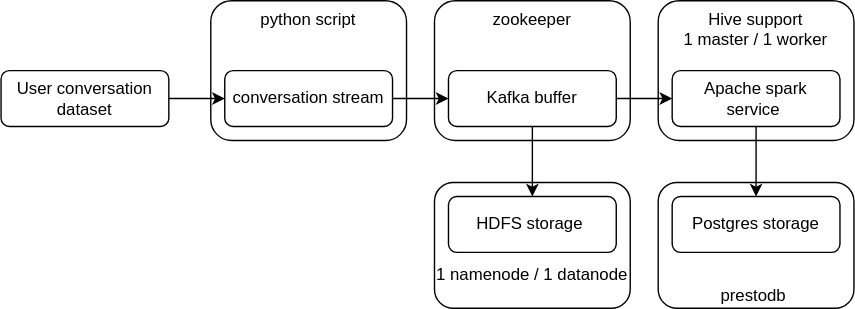
This is assets/flowchart.drawio.svg from AntoninJoly/conversation_analysis_data_stream, a draw.io export, as it was before one commit. Source tidied: cells renumbered, new cells last; positions are measured from the earlier drawing's top-left corner, leaving out a move shared by most shapes.
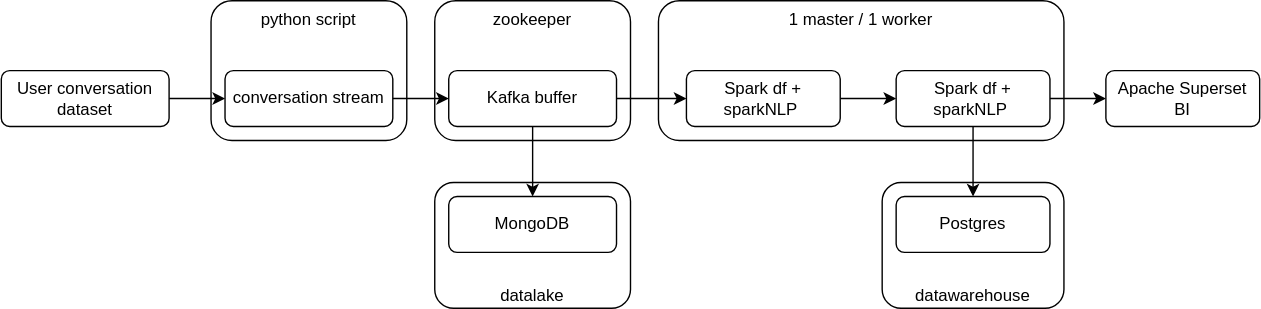
After the commit.

What changed in the source:
```diff
@@ -2,6 +2,15 @@
   <root>
     <mxCell id="0" />
     <mxCell id="1" parent="0" />
+    <mxCell id="16" value="datawarehouse" style="rounded=1;whiteSpace=wrap;html=1;fillColor=none;verticalAlign=bottom;" parent="1" vertex="1">
+      <mxGeometry x="630" y="130" width="130" height="90" as="geometry" />
+    </mxCell>
+    <mxCell id="14" value="1 master / 1 worker" style="rounded=1;whiteSpace=wrap;html=1;fillColor=none;verticalAlign=top;" parent="1" vertex="1">
+      <mxGeometry x="470" width="290" height="100" as="geometry" />
+    </mxCell>
+    <mxCell id="15" value="datalake" style="rounded=1;whiteSpace=wrap;html=1;fillColor=none;verticalAlign=bottom;" parent="1" vertex="1">
+      <mxGeometry x="310" y="130" width="140" height="90" as="geometry" />
+    </mxCell>
     <mxCell id="2" style="edgeStyle=none;html=1;exitX=1;exitY=0.5;exitDx=0;exitDy=0;entryX=0;entryY=0.5;entryDx=0;entryDy=0;" parent="1" edge="1" source="3" target="4">
       <mxGeometry relative="1" as="geometry" />
     </mxCell>
@@ -14,14 +23,17 @@
     <mxCell id="5" value="Kafka buffer" style="rounded=1;whiteSpace=wrap;html=1;fontSize=12;glass=0;strokeWidth=1;shadow=0;" parent="1" vertex="1">
       <mxGeometry x="320" y="50" width="120" height="40" as="geometry" />
     </mxCell>
+    <mxCell id="18" style="edgeStyle=none;html=1;exitX=1;exitY=0.5;exitDx=0;exitDy=0;entryX=0;entryY=0.5;entryDx=0;entryDy=0;" parent="1" edge="1" source="6" target="20">
+      <mxGeometry relative="1" as="geometry" />
+    </mxCell>
-    <mxCell id="6" value="Apache spark&lt;br&gt;service&lt;span style=&quot;color: rgba(0 , 0 , 0 , 0) ; font-family: monospace ; font-size: 0px&quot;&gt;%3CmxGraphModel%3E%3Croot%3E%3CmxCell%20id%3D%220%22%2F%3E%3CmxCell%20id%3D%221%22%20parent%3D%220%22%2F%3E%3CmxCell%20id%3D%222%22%20value%3D%22Kafka%20buffer%22%20style%3D%22rounded%3D1%3BwhiteSpace%3Dwrap%3Bhtml%3D1%3BfontSize%3D12%3Bglass%3D0%3BstrokeWidth%3D1%3Bshadow%3D0%3B%22%20vertex%3D%221%22%20parent%3D%221%22%3E%3CmxGeometry%20x%3D%2280%22%20y%3D%22210%22%20width%3D%22120%22%20height%3D%2240%22%20as%3D%22geometry%22%2F%3E%3C%2FmxCell%3E%3C%2Froot%3E%3C%2FmxGraphModel%3E&lt;/span&gt;" style="rounded=1;whiteSpace=wrap;html=1;fontSize=12;glass=0;strokeWidth=1;shadow=0;" parent="1" vertex="1">
-      <mxGeometry x="480" y="50" width="120" height="40" as="geometry" />
+    <mxCell id="6" value="Spark df + sparkNLP&lt;span style=&quot;color: rgba(0 , 0 , 0 , 0) ; font-family: monospace ; font-size: 0px&quot;&gt;%3CmxGraphModel%3E%3Croot%3E%3CmxCell%20id%3D%220%22%2F%3E%3CmxCell%20id%3D%221%22%20parent%3D%220%22%2F%3E%3CmxCell%20id%3D%222%22%20value%3D%22Kafka%20buffer%22%20style%3D%22rounded%3D1%3BwhiteSpace%3Dwrap%3Bhtml%3D1%3BfontSize%3D12%3Bglass%3D0%3BstrokeWidth%3D1%3Bshadow%3D0%3B%22%20vertex%3D%221%22%20parent%3D%221%22%3E%3CmxGeometry%20x%3D%2280%22%20y%3D%22210%22%20width%3D%22120%22%20height%3D%2240%22%20as%3D%22geometry%22%2F%3E%3C%2FmxCell%3E%3C%2Froot%3E%3C%2FmxGraphModel%3E&lt;/span&gt;" style="rounded=1;whiteSpace=wrap;html=1;fontSize=12;glass=0;strokeWidth=1;shadow=0;" parent="1" vertex="1">
+      <mxGeometry x="490" y="50" width="110" height="40" as="geometry" />
     </mxCell>
-    <mxCell id="7" value="HDFS storage&lt;span style=&quot;color: rgba(0 , 0 , 0 , 0) ; font-family: monospace ; font-size: 0px&quot;&gt;%3CmxGraphModel%3E%3Croot%3E%3CmxCell%20id%3D%220%22%2F%3E%3CmxCell%20id%3D%221%22%20parent%3D%220%22%2F%3E%3CmxCell%20id%3D%222%22%20value%3D%22Kafka%20buffer%22%20style%3D%22rounded%3D1%3BwhiteSpace%3Dwrap%3Bhtml%3D1%3BfontSize%3D12%3Bglass%3D0%3BstrokeWidth%3D1%3Bshadow%3D0%3B%22%20vertex%3D%221%22%20parent%3D%221%22%3E%3CmxGeometry%20x%3D%2280%22%20y%3D%22210%22%20width%3D%22120%22%20height%3D%2240%22%20as%3D%22geometry%22%2F%3E%3C%2FmxCell%3E%3C%2Froot%3E%3C%2FmxGraphModel%3E&lt;/span&gt;" style="rounded=1;whiteSpace=wrap;html=1;fontSize=12;glass=0;strokeWidth=1;shadow=0;" parent="1" vertex="1">
+    <mxCell id="7" value="MongoDB" style="rounded=1;whiteSpace=wrap;html=1;fontSize=12;glass=0;strokeWidth=1;shadow=0;" parent="1" vertex="1">
       <mxGeometry x="320" y="140" width="120" height="40" as="geometry" />
     </mxCell>
-    <mxCell id="8" value="Postgres storage" style="rounded=1;whiteSpace=wrap;html=1;fontSize=12;glass=0;strokeWidth=1;shadow=0;" parent="1" vertex="1">
-      <mxGeometry x="480" y="140" width="120" height="40" as="geometry" />
+    <mxCell id="8" value="Postgres" style="rounded=1;whiteSpace=wrap;html=1;fontSize=12;glass=0;strokeWidth=1;shadow=0;" parent="1" vertex="1">
+      <mxGeometry x="640" y="140" width="110" height="40" as="geometry" />
     </mxCell>
     <mxCell id="9" style="edgeStyle=none;html=1;exitX=1;exitY=0.5;exitDx=0;exitDy=0;entryX=0;entryY=0.5;entryDx=0;entryDy=0;" parent="1" edge="1" source="4" target="5">
       <mxGeometry relative="1" as="geometry" />
@@ -29,7 +41,7 @@
     <mxCell id="10" style="edgeStyle=none;html=1;exitX=1;exitY=0.5;exitDx=0;exitDy=0;entryX=0;entryY=0.5;entryDx=0;entryDy=0;" parent="1" edge="1" source="5" target="6">
       <mxGeometry relative="1" as="geometry" />
     </mxCell>
-    <mxCell id="11" style="edgeStyle=none;html=1;exitX=0.5;exitY=1;exitDx=0;exitDy=0;entryX=0.5;entryY=0;entryDx=0;entryDy=0;" parent="1" edge="1" source="6" target="8">
+    <mxCell id="11" style="edgeStyle=none;html=1;exitX=0.5;exitY=1;exitDx=0;exitDy=0;entryX=0.5;entryY=0;entryDx=0;entryDy=0;" parent="1" edge="1" source="20" target="8">
       <mxGeometry relative="1" as="geometry" />
     </mxCell>
     <mxCell id="12" style="edgeStyle=none;html=1;exitX=0.5;exitY=1;exitDx=0;exitDy=0;entryX=0.5;entryY=0;entryDx=0;entryDy=0;" parent="1" edge="1" source="5" target="7">
@@ -38,17 +50,17 @@
     <mxCell id="13" value="zookeeper" style="rounded=1;whiteSpace=wrap;html=1;fillColor=none;verticalAlign=top;" parent="1" vertex="1">
       <mxGeometry x="310" width="140" height="100" as="geometry" />
     </mxCell>
-    <mxCell id="14" value="Hive support&lt;br&gt;1 master / 1 worker" style="rounded=1;whiteSpace=wrap;html=1;fillColor=none;verticalAlign=top;" parent="1" vertex="1">
-      <mxGeometry x="470" width="140" height="100" as="geometry" />
-    </mxCell>
-    <mxCell id="15" value="1 namenode / 1 datanode&lt;span style=&quot;color: rgba(0 , 0 , 0 , 0) ; font-family: monospace ; font-size: 0px&quot;&gt;%3CmxGraphModel%3E%3Croot%3E%3CmxCell%20id%3D%220%22%2F%3E%3CmxCell%20id%3D%221%22%20parent%3D%220%22%2F%3E%3CmxCell%20id%3D%222%22%20value%3D%22zookeeper%22%20style%3D%22rounded%3D1%3BwhiteSpace%3Dwrap%3Bhtml%3D1%3BfillColor%3Dnone%3BverticalAlign%3Dtop%3B%22%20vertex%3D%221%22%20parent%3D%221%22%3E%3CmxGeometry%20x%3D%2270%22%20y%3D%22160%22%20width%3D%22140%22%20height%3D%22100%22%20as%3D%22geometry%22%2F%3E%3C%2FmxCell%3E%3C%2Froot%3E%3C%2FmxGraphModel%3E&lt;/span&gt;" style="rounded=1;whiteSpace=wrap;html=1;fillColor=none;verticalAlign=bottom;" parent="1" vertex="1">
-      <mxGeometry x="310" y="130" width="140" height="90" as="geometry" />
-    </mxCell>
-    <mxCell id="16" value="prestodb&lt;span style=&quot;color: rgba(0 , 0 , 0 , 0) ; font-family: monospace ; font-size: 0px&quot;&gt;%3CmxGraphModel%3E%3Croot%3E%3CmxCell%20id%3D%220%22%2F%3E%3CmxCell%20id%3D%221%22%20parent%3D%220%22%2F%3E%3CmxCell%20id%3D%222%22%20value%3D%22zookeeper%22%20style%3D%22rounded%3D1%3BwhiteSpace%3Dwrap%3Bhtml%3D1%3BfillColor%3Dnone%3BverticalAlign%3Dtop%3B%22%20vertex%3D%221%22%20parent%3D%221%22%3E%3CmxGeometry%20x%3D%2270%22%20y%3D%22160%22%20width%3D%22140%22%20height%3D%22100%22%20as%3D%22geometry%22%2F%3E%3C%2FmxCell%3E%3C%2Froot%3E%3C%2FmxGraphModel%3E&lt;/span&gt;" style="rounded=1;whiteSpace=wrap;html=1;fillColor=none;verticalAlign=bottom;" parent="1" vertex="1">
-      <mxGeometry x="470" y="130" width="140" height="90" as="geometry" />
-    </mxCell>
     <mxCell id="17" value="python script" style="rounded=1;whiteSpace=wrap;html=1;fillColor=none;verticalAlign=top;" parent="1" vertex="1">
       <mxGeometry x="150" width="140" height="100" as="geometry" />
     </mxCell>
+    <mxCell id="19" style="edgeStyle=none;html=1;exitX=1;exitY=0.5;exitDx=0;exitDy=0;entryX=0;entryY=0.5;entryDx=0;entryDy=0;" parent="1" edge="1" source="20" target="21">
+      <mxGeometry relative="1" as="geometry" />
+    </mxCell>
+    <mxCell id="20" value="Spark df + sparkNLP&lt;span style=&quot;color: rgba(0 , 0 , 0 , 0) ; font-family: monospace ; font-size: 0px&quot;&gt;%3CmxGraphModel%3E%3Croot%3E%3CmxCell%20id%3D%220%22%2F%3E%3CmxCell%20id%3D%221%22%20parent%3D%220%22%2F%3E%3CmxCell%20id%3D%222%22%20value%3D%22Kafka%20buffer%22%20style%3D%22rounded%3D1%3BwhiteSpace%3Dwrap%3Bhtml%3D1%3BfontSize%3D12%3Bglass%3D0%3BstrokeWidth%3D1%3Bshadow%3D0%3B%22%20vertex%3D%221%22%20parent%3D%221%22%3E%3CmxGeometry%20x%3D%2280%22%20y%3D%22210%22%20width%3D%22120%22%20height%3D%2240%22%20as%3D%22geometry%22%2F%3E%3C%2FmxCell%3E%3C%2Froot%3E%3C%2FmxGraphModel%3E&lt;/span&gt;" style="rounded=1;whiteSpace=wrap;html=1;fontSize=12;glass=0;strokeWidth=1;shadow=0;" parent="1" vertex="1">
+      <mxGeometry x="640" y="50" width="110" height="40" as="geometry" />
+    </mxCell>
+    <mxCell id="21" value="Apache Superset&lt;br&gt;BI" style="rounded=1;whiteSpace=wrap;html=1;fontSize=12;glass=0;strokeWidth=1;shadow=0;" parent="1" vertex="1">
+      <mxGeometry x="790" y="50" width="110" height="40" as="geometry" />
+    </mxCell>
   </root>
 </mxGraphModel>
```
